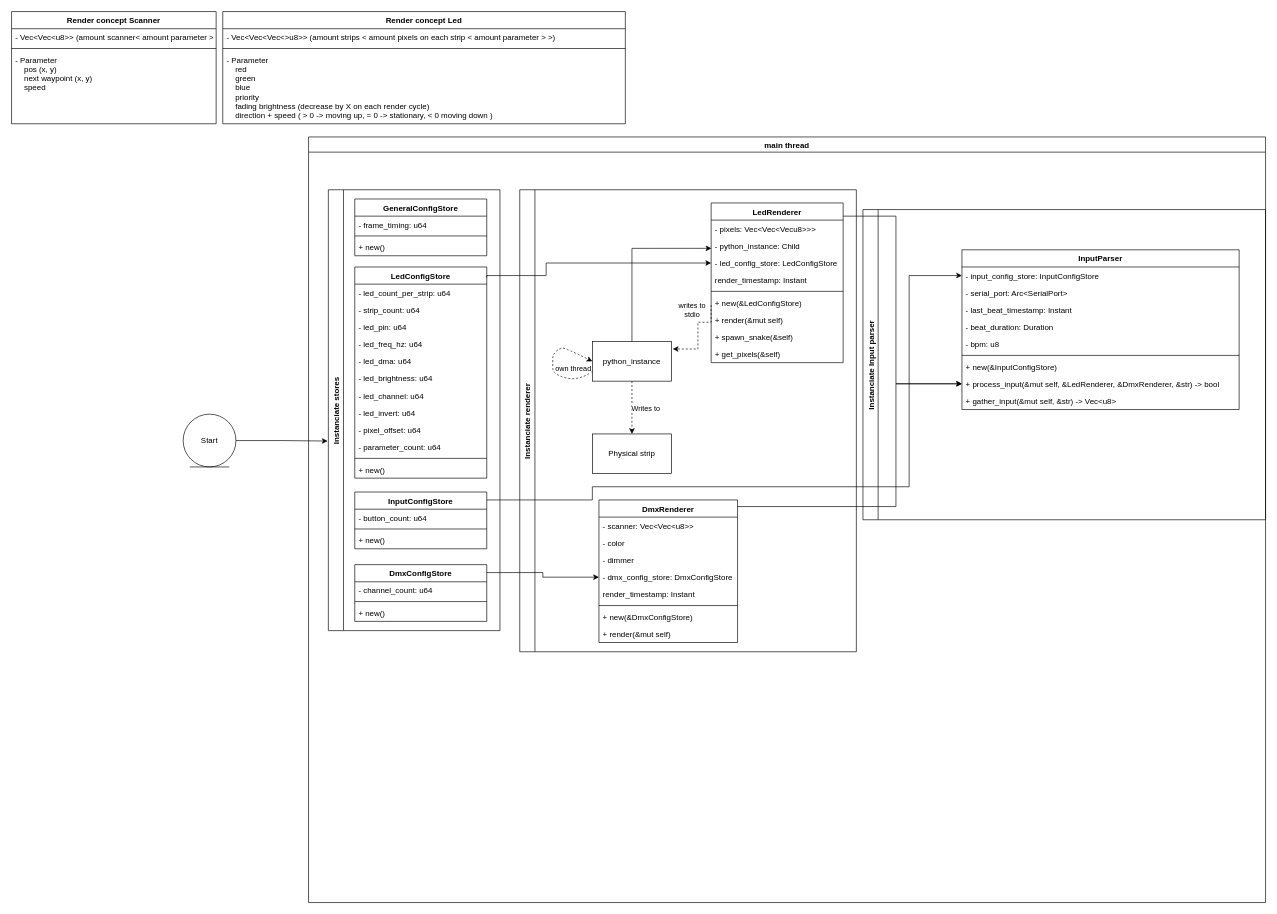
JonasFocke01/ruhige_waldgeraeusche keeps this draw.io diagram as concept/led_dmx_controll_flow.drawio. Above is the earlier version. Source tidied: cells renumbered, new cells numbered last; positions are measured from the earlier drawing's top-left corner, leaving out a move shared by most shapes. Both pictures are drawn from the tidied source at 66%, with x=0, y=0 at pixel (11, 11).
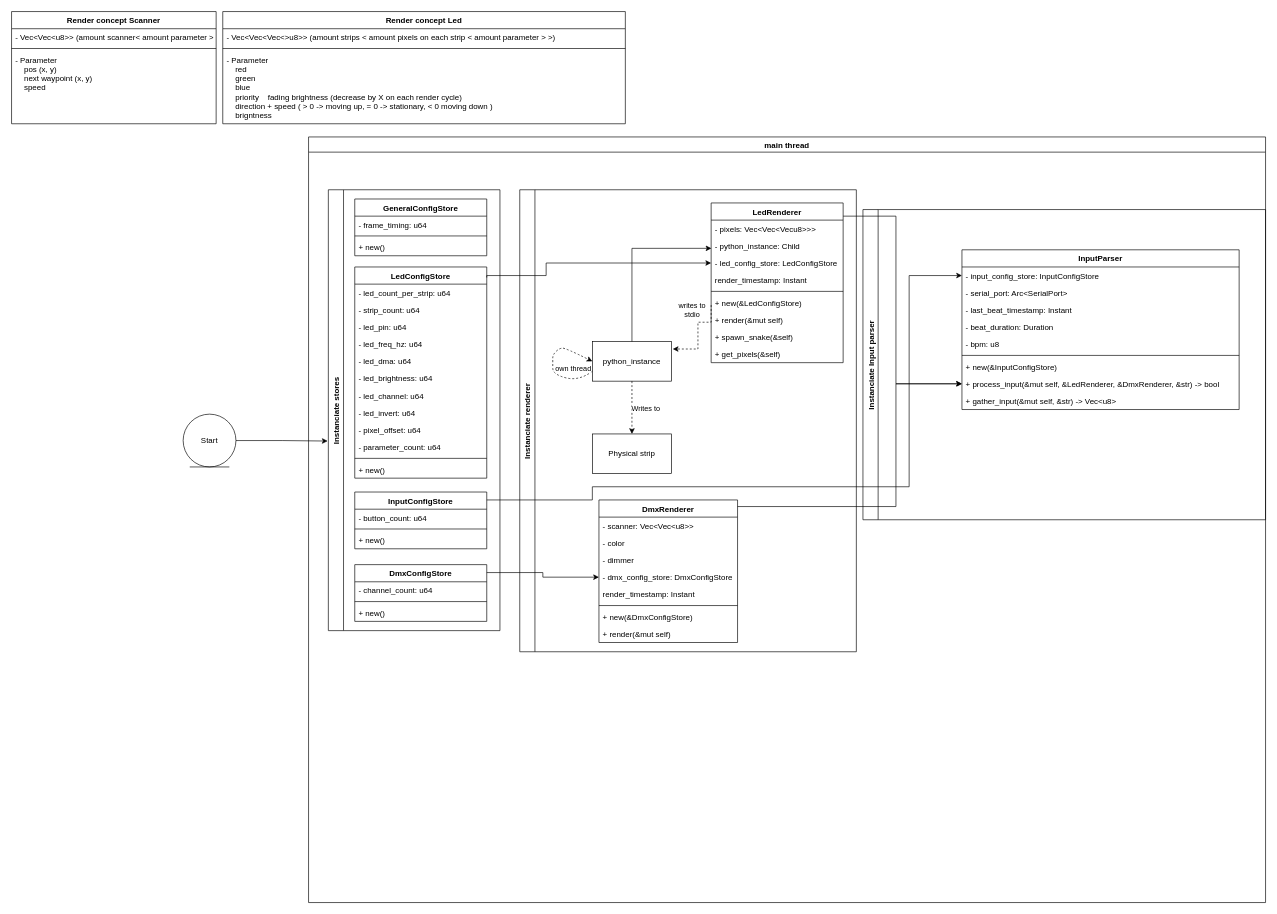
After the change.

Commit message:
add brightness parameter to concept leds

The change refers to these unchanged cells:
```xml
<mxCell id="6" value="Render concept Led" style="swimlane;fontStyle=1;align=center;verticalAlign=top;horizontal=1;startSize=26;" parent="1" vertex="1">
  <mxGeometry x="320" width="610" height="170" as="geometry" />
</mxCell>
```

What changed in the source:
```diff
@@
-    <mxCell id="9" value="- Parameter&#10;    red&#10;    green&#10;    blue&#10;    priority&#10;    fading brightness (decrease by X on each render cycle)&#10;    direction + speed ( &gt; 0 -&gt; moving up, = 0 -&gt; stationary, &lt; 0 moving down )" style="text;strokeColor=none;fillColor=none;align=left;verticalAlign=top;spacingLeft=4;spacingRight=4;overflow=hidden;" parent="6" vertex="1">
+    <mxCell id="9" value="- Parameter&#10;    red&#10;    green&#10;    blue&#10;    priority    fading brightness (decrease by X on each render cycle)&#10;    direction + speed ( &gt; 0 -&gt; moving up, = 0 -&gt; stationary, &lt; 0 moving down )&#10;    brigntness&#10;" style="text;strokeColor=none;fillColor=none;align=left;verticalAlign=top;spacingLeft=4;spacingRight=4;overflow=hidden;" parent="6" vertex="1">
       <mxGeometry y="60" width="610" height="110" as="geometry" />
     </mxCell>
```
